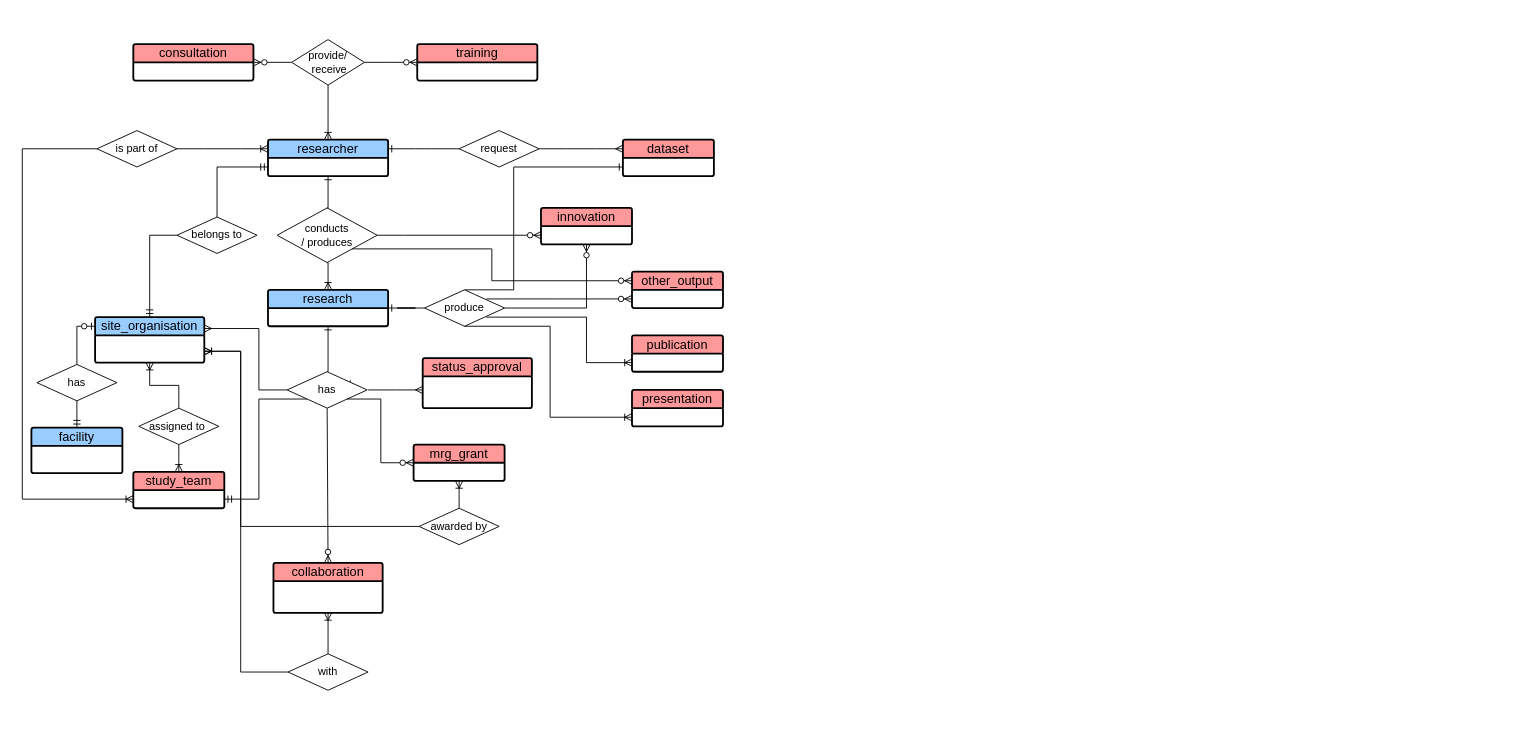
Before: prism_conceptual_diagram _details.drawio in rafsyahmi/prism_data_concepts, a draw.io diagram. Source tidied: cells renumbered, new cells numbered last; positions are measured from the earlier drawing's top-left corner, leaving out a move shared by most shapes. Both pictures are drawn from the tidied source at 91%, with x=0, y=0 at pixel (22, 39).
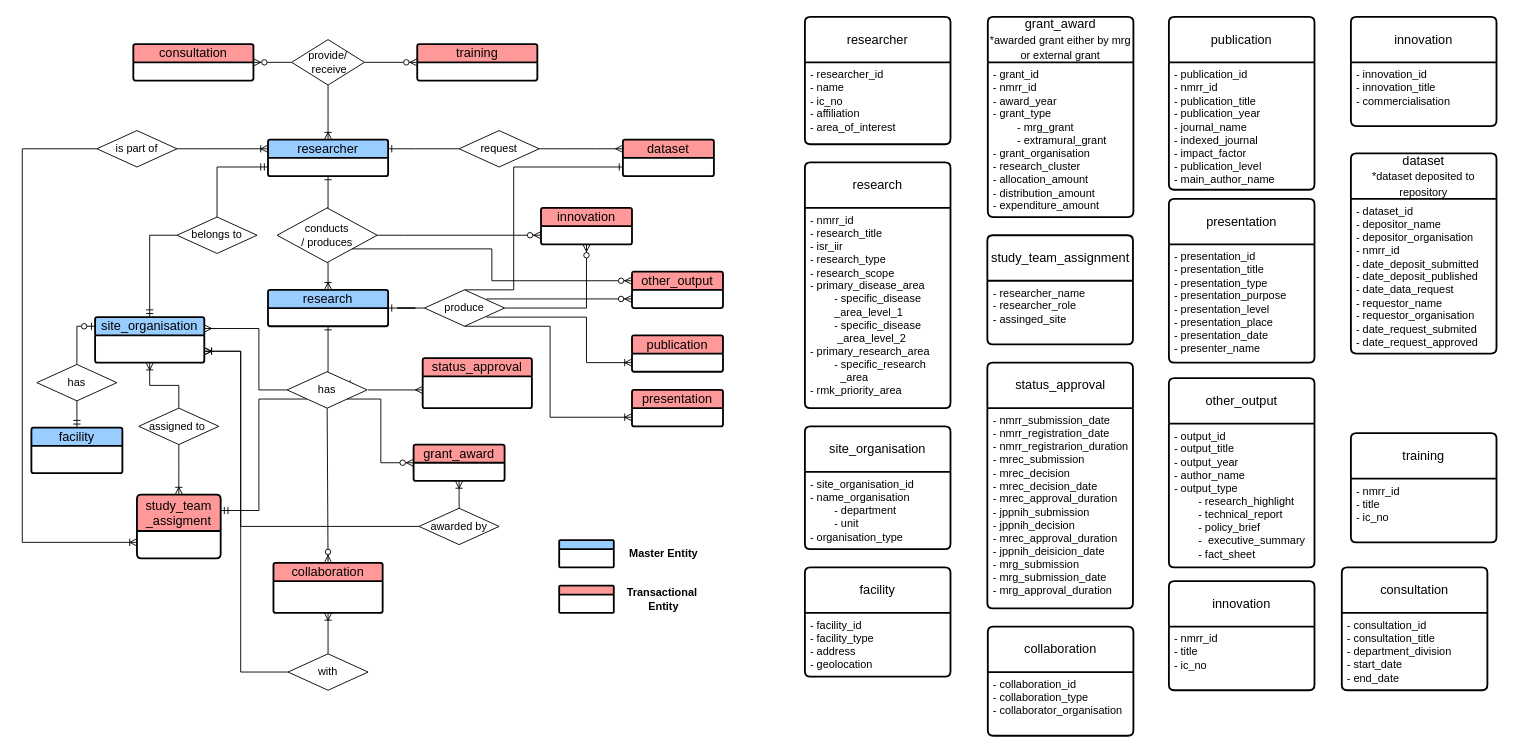
After the change.

Commit message (it also covers changes not shown here):
add_attribute_details

Unchanged cells that the change refers to:
```xml
<mxCell id="37" value="assigned to&amp;nbsp;" style="shape=rhombus;perimeter=rhombusPerimeter;whiteSpace=wrap;html=1;align=center;" parent="1" vertex="1">
  <mxGeometry x="128" y="405" width="88" height="40" as="geometry" />
</mxCell>
<mxCell id="51" value="has" style="shape=rhombus;perimeter=rhombusPerimeter;whiteSpace=wrap;html=1;align=center;" parent="1" vertex="1">
  <mxGeometry x="291" y="365" width="88" height="40" as="geometry" />
</mxCell>
```

The edit, as a diff of the source:
```diff
@@
-    <mxCell id="5" value="study_team" style="swimlane;horizontal=1;startSize=20;rounded=1;fontSize=14;fontStyle=0;strokeWidth=2;shadow=0;dashed=0;align=center;arcSize=4;whiteSpace=wrap;html=1;fillColor=#FF9999;" parent="1" vertex="1">
-      <mxGeometry x="122" y="475" width="100" height="40" as="geometry" />
+    <mxCell id="5" value="study_team&lt;div&gt;_assigment&lt;/div&gt;" style="swimlane;horizontal=1;startSize=40;rounded=1;fontSize=14;fontStyle=0;strokeWidth=2;shadow=0;dashed=0;align=center;arcSize=4;whiteSpace=wrap;html=1;fillColor=#FF9999;" parent="1" vertex="1">
+      <mxGeometry x="126" y="500" width="92" height="70" as="geometry" />
     </mxCell>
@@
-    <mxCell id="8" value="mrg_grant" style="swimlane;horizontal=1;startSize=20;rounded=1;fontSize=14;fontStyle=0;strokeWidth=2;shadow=0;dashed=0;align=center;arcSize=4;whiteSpace=wrap;html=1;fillColor=#FF9999;" parent="1" vertex="1">
+    <mxCell id="8" value="grant_award" style="swimlane;horizontal=1;startSize=20;rounded=1;fontSize=14;fontStyle=0;strokeWidth=2;shadow=0;dashed=0;align=center;arcSize=4;whiteSpace=wrap;html=1;fillColor=#FF9999;" parent="1" vertex="1">
       <mxGeometry x="430" y="445" width="100" height="40" as="geometry" />
     </mxCell>
@@
-    <mxCell id="38" style="edgeStyle=elbowEdgeStyle;fontSize=12;html=1;endArrow=ERoneToMany;rounded=0;exitX=0.5;exitY=1;exitDx=0;exitDy=0;entryX=0.5;entryY=0;entryDx=0;entryDy=0;" parent="1" edge="1" source="37" target="5">
-      <mxGeometry relative="1" as="geometry" />
-    </mxCell>
@@
-    <mxCell id="49" style="edgeStyle=elbowEdgeStyle;fontSize=12;html=1;endArrow=ERmandOne;rounded=0;entryX=1;entryY=0.25;entryDx=0;entryDy=0;exitX=0;exitY=1;exitDx=0;exitDy=0;" parent="1" edge="1" source="51">
+    <mxCell id="49" style="edgeStyle=elbowEdgeStyle;fontSize=12;html=1;endArrow=ERmandOne;rounded=0;exitX=0;exitY=1;exitDx=0;exitDy=0;entryX=1;entryY=0.25;entryDx=0;entryDy=0;" parent="1" edge="1" source="51" target="5">
       <mxGeometry relative="1" as="geometry">
-        <mxPoint x="222" y="505" as="targetPoint" />
         <Array as="points">
           <mxPoint x="260" y="445" />
         </Array>
       </mxGeometry>
     </mxCell>
@@
+    <mxCell id="38" style="edgeStyle=elbowEdgeStyle;fontSize=12;html=1;endArrow=ERoneToMany;rounded=0;exitX=0.5;exitY=1;exitDx=0;exitDy=0;entryX=0.5;entryY=0;entryDx=0;entryDy=0;" parent="1" edge="1" source="37" target="5">
+      <mxGeometry relative="1" as="geometry" />
+    </mxCell>
+    <mxCell id="62" style="swimlane;horizontal=1;startSize=10;rounded=1;fontSize=14;fontStyle=0;strokeWidth=2;shadow=0;dashed=0;align=center;arcSize=4;whiteSpace=wrap;html=1;fillColor=#99CCFF;" parent="1" vertex="1">
+      <mxGeometry x="590" y="550" width="60" height="30" as="geometry" />
+    </mxCell>
+    <mxCell id="63" style="swimlane;horizontal=1;startSize=10;rounded=1;fontSize=14;fontStyle=0;strokeWidth=2;shadow=0;dashed=0;align=center;arcSize=4;whiteSpace=wrap;html=1;fillColor=#FF9999;" parent="1" vertex="1">
+      <mxGeometry x="590" y="600" width="60" height="30" as="geometry" />
+    </mxCell>
+    <mxCell id="64" value="&lt;b&gt;Master Entity&lt;/b&gt;" style="text;html=1;whiteSpace=wrap;strokeColor=none;fillColor=none;align=center;verticalAlign=middle;rounded=0;" parent="1" vertex="1">
+      <mxGeometry x="660" y="550" width="90" height="30" as="geometry" />
+    </mxCell>
+    <mxCell id="65" value="&lt;b&gt;Transactional&amp;nbsp;&lt;/b&gt;&lt;div&gt;&lt;b&gt;Entity&lt;/b&gt;&lt;/div&gt;" style="text;html=1;whiteSpace=wrap;strokeColor=none;fillColor=none;align=center;verticalAlign=middle;rounded=0;" parent="1" vertex="1">
+      <mxGeometry x="660" y="600" width="90" height="30" as="geometry" />
+    </mxCell>
+    <mxCell id="66" value="researcher" style="swimlane;horizontal=1;startSize=50;rounded=1;fontSize=14;fontStyle=0;strokeWidth=2;shadow=0;dashed=0;align=center;arcSize=4;whiteSpace=wrap;html=1;" parent="1" vertex="1">
+      <mxGeometry x="860" y="-25" width="160" height="140" as="geometry" />
+    </mxCell>
+    <mxCell id="67" value="- researcher_id&lt;div&gt;- name&lt;/div&gt;&lt;div&gt;- ic_no&lt;/div&gt;&lt;div&gt;- affiliation&lt;/div&gt;&lt;div&gt;- area_of_interest&lt;/div&gt;&lt;div&gt;&lt;br&gt;&lt;/div&gt;" style="align=left;strokeColor=none;fillColor=none;spacingLeft=4;spacingRight=4;fontSize=12;verticalAlign=top;html=1;whiteSpace=wrap;" parent="66" vertex="1">
+      <mxGeometry y="50" width="160" height="90" as="geometry" />
+    </mxCell>
+    <mxCell id="68" value="research" style="swimlane;horizontal=1;startSize=50;rounded=1;fontSize=14;fontStyle=0;strokeWidth=2;shadow=0;dashed=0;align=center;arcSize=4;whiteSpace=wrap;html=1;" parent="1" vertex="1">
+      <mxGeometry x="860" y="135" width="160" height="270" as="geometry" />
+    </mxCell>
+    <mxCell id="69" value="- nmrr_id&lt;div&gt;- research_title&lt;/div&gt;&lt;div&gt;- isr_iir&lt;/div&gt;&lt;div&gt;- research_type&lt;/div&gt;&lt;div&gt;-&amp;nbsp;research_scope&lt;/div&gt;&lt;div&gt;- primary_disease_area&lt;/div&gt;&lt;div&gt;&lt;span style=&quot;white-space: pre;&quot;&gt;&#9;&lt;/span&gt;- s&lt;span style=&quot;background-color: transparent; color: light-dark(rgb(0, 0, 0), rgb(255, 255, 255));&quot;&gt;pecific_disease&lt;/span&gt;&lt;/div&gt;&lt;div&gt;&lt;span style=&quot;background-color: transparent; color: light-dark(rgb(0, 0, 0), rgb(255, 255, 255));&quot;&gt;&amp;nbsp;&lt;/span&gt;&lt;span style=&quot;background-color: transparent; color: light-dark(rgb(0, 0, 0), rgb(255, 255, 255)); white-space: pre;&quot;&gt;&#9;&lt;/span&gt;_&lt;span style=&quot;background-color: transparent; color: light-dark(rgb(0, 0, 0), rgb(255, 255, 255));&quot;&gt;area_&lt;/span&gt;&lt;span style=&quot;background-color: transparent; color: light-dark(rgb(0, 0, 0), rgb(255, 255, 255));&quot;&gt;level_1&lt;/span&gt;&lt;br&gt;&lt;/div&gt;&lt;div&gt;&lt;span style=&quot;white-space: pre;&quot;&gt;&#9;&lt;/span&gt;- specific_disease &lt;span style=&quot;white-space: pre;&quot;&gt;&#9;&lt;/span&gt;&amp;nbsp;_area_&lt;span style=&quot;background-color: transparent; color: light-dark(rgb(0, 0, 0), rgb(255, 255, 255));&quot;&gt;level_2&lt;/span&gt;&lt;/div&gt;&lt;div&gt;- primary_research_area&lt;/div&gt;&lt;div&gt;&lt;span style=&quot;white-space: pre;&quot;&gt;&#9;&lt;/span&gt;- specific_research&lt;/div&gt;&lt;div&gt;&lt;span style=&quot;white-space: pre;&quot;&gt;&#9;&lt;/span&gt;&amp;nbsp; _area&lt;br&gt;&lt;/div&gt;&lt;div&gt;- rmk_priority_area&lt;/div&gt;" style="align=left;strokeColor=none;fillColor=none;spacingLeft=4;spacingRight=4;fontSize=12;verticalAlign=top;html=1;whiteSpace=wrap;" parent="68" vertex="1">
+      <mxGeometry y="50" width="160" height="220" as="geometry" />
+    </mxCell>
+    <mxCell id="70" value="site_organisation" style="swimlane;horizontal=1;startSize=50;rounded=1;fontSize=14;fontStyle=0;strokeWidth=2;shadow=0;dashed=0;align=center;arcSize=4;whiteSpace=wrap;html=1;" parent="1" vertex="1">
+      <mxGeometry x="860" y="425" width="160" height="135" as="geometry" />
+    </mxCell>
+    <mxCell id="71" value="- site_organisation_id&lt;div&gt;- name_organisation&lt;/div&gt;&lt;div&gt;&lt;span style=&quot;white-space: pre;&quot;&gt;&#9;&lt;/span&gt;- department&lt;br&gt;&lt;/div&gt;&lt;div&gt;&lt;span style=&quot;white-space: pre;&quot;&gt;&#9;&lt;/span&gt;- unit&lt;br&gt;&lt;/div&gt;&lt;div&gt;- organisation_type&lt;/div&gt;&lt;div&gt;&lt;br&gt;&lt;/div&gt;&lt;div&gt;&lt;br&gt;&lt;/div&gt;" style="align=left;strokeColor=none;fillColor=none;spacingLeft=4;spacingRight=4;fontSize=12;verticalAlign=top;html=1;whiteSpace=wrap;" parent="70" vertex="1">
+      <mxGeometry y="50" width="160" height="85" as="geometry" />
+    </mxCell>
+    <mxCell id="72" value="facility" style="swimlane;horizontal=1;startSize=50;rounded=1;fontSize=14;fontStyle=0;strokeWidth=2;shadow=0;dashed=0;align=center;arcSize=4;whiteSpace=wrap;html=1;" parent="1" vertex="1">
+      <mxGeometry x="860" y="580" width="160" height="120" as="geometry" />
+    </mxCell>
+    <mxCell id="73" value="- facility_id&lt;div&gt;- facility_type&lt;/div&gt;&lt;div&gt;- address&lt;/div&gt;&lt;div&gt;- geolocation&lt;/div&gt;&lt;div&gt;&lt;br&gt;&lt;/div&gt;" style="align=left;strokeColor=none;fillColor=none;spacingLeft=4;spacingRight=4;fontSize=12;verticalAlign=top;html=1;whiteSpace=wrap;" parent="72" vertex="1">
+      <mxGeometry y="50" width="160" height="70" as="geometry" />
+    </mxCell>
+    <mxCell id="74" value="grant_award&lt;div&gt;&lt;font style=&quot;font-size: 12px;&quot;&gt;*awarded grant either by mrg or external grant&lt;/font&gt;&lt;/div&gt;" style="swimlane;horizontal=1;startSize=50;rounded=1;fontSize=14;fontStyle=0;strokeWidth=2;shadow=0;dashed=0;align=center;arcSize=4;whiteSpace=wrap;html=1;" parent="1" vertex="1">
+      <mxGeometry x="1061" y="-25" width="160" height="220" as="geometry" />
+    </mxCell>
+    <mxCell id="75" value="- grant_id&lt;div&gt;- nmrr_id&lt;/div&gt;&lt;div&gt;- award_year&lt;/div&gt;&lt;div&gt;- grant_type&lt;/div&gt;&lt;div&gt;&lt;span style=&quot;white-space: pre;&quot;&gt;&#9;&lt;/span&gt;- mrg_grant&lt;/div&gt;&lt;div&gt;&lt;span style=&quot;white-space: pre;&quot;&gt;&#9;&lt;/span&gt;- extramural_grant&lt;br&gt;&lt;div&gt;- grant_organisation&lt;/div&gt;&lt;div&gt;- research_cluster&lt;/div&gt;&lt;div&gt;- allocation_amount&lt;/div&gt;&lt;div&gt;- distribution_amount&lt;/div&gt;&lt;div&gt;- expenditure_amount&lt;/div&gt;&lt;div&gt;&lt;br&gt;&lt;/div&gt;&lt;div&gt;&lt;br&gt;&lt;/div&gt;&lt;/div&gt;" style="align=left;strokeColor=none;fillColor=none;spacingLeft=4;spacingRight=4;fontSize=12;verticalAlign=top;html=1;whiteSpace=wrap;" parent="74" vertex="1">
+      <mxGeometry y="50" width="160" height="170" as="geometry" />
+    </mxCell>
+    <mxCell id="76" value="study_team_assignment" style="swimlane;horizontal=1;startSize=50;rounded=1;fontSize=14;fontStyle=0;strokeWidth=2;shadow=0;dashed=0;align=center;arcSize=4;whiteSpace=wrap;html=1;" parent="1" vertex="1">
+      <mxGeometry x="1060.5" y="215" width="160" height="120" as="geometry" />
+    </mxCell>
+    <mxCell id="77" value="- researcher_name&lt;div&gt;- researcher_role&lt;/div&gt;&lt;div&gt;- assinged_site&lt;/div&gt;&lt;div&gt;&lt;br&gt;&lt;/div&gt;" style="align=left;strokeColor=none;fillColor=none;spacingLeft=4;spacingRight=4;fontSize=12;verticalAlign=top;html=1;whiteSpace=wrap;" parent="76" vertex="1">
+      <mxGeometry y="50" width="160" height="70" as="geometry" />
+    </mxCell>
+    <mxCell id="78" value="status_approval" style="swimlane;horizontal=1;startSize=50;rounded=1;fontSize=14;fontStyle=0;strokeWidth=2;shadow=0;dashed=0;align=center;arcSize=4;whiteSpace=wrap;html=1;" parent="1" vertex="1">
+      <mxGeometry x="1060.5" y="355" width="160" height="270" as="geometry" />
+    </mxCell>
+    <mxCell id="79" value="- nmrr_submission_date&lt;div&gt;- nmrr_registration_date&lt;/div&gt;&lt;div&gt;- nmrr_registrarion_duration&lt;/div&gt;&lt;div&gt;- mrec_submission&lt;/div&gt;&lt;div&gt;- mrec_decision&lt;/div&gt;&lt;div&gt;- mrec_decision_date&lt;/div&gt;&lt;div&gt;- mrec_approval_duration&lt;/div&gt;&lt;div&gt;- jppnih_submission&lt;/div&gt;&lt;div&gt;- jppnih_decision&lt;/div&gt;&lt;div&gt;-&amp;nbsp;&lt;span style=&quot;background-color: transparent; color: light-dark(rgb(0, 0, 0), rgb(255, 255, 255));&quot;&gt;mrec_approval_duration&lt;/span&gt;&lt;/div&gt;&lt;div&gt;- jppnih_deisicion_date&lt;/div&gt;&lt;div&gt;- mrg_submission&lt;/div&gt;&lt;div&gt;- mrg_submission_date&lt;/div&gt;&lt;div&gt;-&amp;nbsp;&lt;span style=&quot;background-color: transparent; color: light-dark(rgb(0, 0, 0), rgb(255, 255, 255));&quot;&gt;mrg_approval_duration&lt;/span&gt;&lt;/div&gt;&lt;div&gt;&lt;br&gt;&lt;/div&gt;&lt;div&gt;&lt;br&gt;&lt;/div&gt;" style="align=left;strokeColor=none;fillColor=none;spacingLeft=4;spacingRight=4;fontSize=12;verticalAlign=top;html=1;whiteSpace=wrap;" parent="78" vertex="1">
+      <mxGeometry y="50" width="160" height="220" as="geometry" />
+    </mxCell>
+    <mxCell id="80" value="collaboration" style="swimlane;horizontal=1;startSize=50;rounded=1;fontSize=14;fontStyle=0;strokeWidth=2;shadow=0;dashed=0;align=center;arcSize=4;whiteSpace=wrap;html=1;" parent="1" vertex="1">
+      <mxGeometry x="1061" y="645" width="160" height="120" as="geometry" />
+    </mxCell>
+    <mxCell id="81" value="- collaboration_id&lt;div&gt;- collaboration_type&lt;/div&gt;&lt;div&gt;&lt;span style=&quot;background-color: transparent; color: light-dark(rgb(0, 0, 0), rgb(255, 255, 255));&quot;&gt;- collaborator_organisation&lt;/span&gt;&lt;/div&gt;&lt;div&gt;&lt;br&gt;&lt;/div&gt;" style="align=left;strokeColor=none;fillColor=none;spacingLeft=4;spacingRight=4;fontSize=12;verticalAlign=top;html=1;whiteSpace=wrap;" parent="80" vertex="1">
+      <mxGeometry y="50" width="160" height="70" as="geometry" />
+    </mxCell>
+    <mxCell id="82" value="publication" style="swimlane;horizontal=1;startSize=50;rounded=1;fontSize=14;fontStyle=0;strokeWidth=2;shadow=0;dashed=0;align=center;arcSize=4;whiteSpace=wrap;html=1;" parent="1" vertex="1">
+      <mxGeometry x="1260" y="-25" width="160" height="190" as="geometry" />
+    </mxCell>
+    <mxCell id="83" value="&lt;div&gt;- publication_id&lt;/div&gt;&lt;div&gt;- nmrr_id&lt;/div&gt;&lt;div&gt;-&amp;nbsp;&lt;span style=&quot;background-color: transparent; color: light-dark(rgb(0, 0, 0), rgb(255, 255, 255));&quot;&gt;publication_title&lt;/span&gt;&lt;/div&gt;&lt;div&gt;&lt;span style=&quot;background-color: transparent; color: light-dark(rgb(0, 0, 0), rgb(255, 255, 255));&quot;&gt;- p&lt;/span&gt;&lt;span style=&quot;background-color: transparent; color: light-dark(rgb(0, 0, 0), rgb(255, 255, 255));&quot;&gt;ublication_year&lt;/span&gt;&lt;/div&gt;&lt;div&gt;&lt;span style=&quot;background-color: transparent; color: light-dark(rgb(0, 0, 0), rgb(255, 255, 255));&quot;&gt;-&amp;nbsp;&lt;/span&gt;&lt;span style=&quot;background-color: transparent; color: light-dark(rgb(0, 0, 0), rgb(255, 255, 255));&quot;&gt;journal_name&lt;/span&gt;&lt;/div&gt;&lt;div&gt;-&amp;nbsp;indexed_journal&lt;/div&gt;&lt;div&gt;-&amp;nbsp;impact_factor&lt;/div&gt;&lt;div&gt;-&amp;nbsp;publication_level&lt;/div&gt;&lt;div&gt;- main_author_name&lt;/div&gt;" style="align=left;strokeColor=none;fillColor=none;spacingLeft=4;spacingRight=4;fontSize=12;verticalAlign=top;html=1;whiteSpace=wrap;" parent="82" vertex="1">
+      <mxGeometry y="50" width="160" height="140" as="geometry" />
+    </mxCell>
+    <mxCell id="84" value="presentation" style="swimlane;horizontal=1;startSize=50;rounded=1;fontSize=14;fontStyle=0;strokeWidth=2;shadow=0;dashed=0;align=center;arcSize=4;whiteSpace=wrap;html=1;" parent="1" vertex="1">
+      <mxGeometry x="1260" y="175" width="160" height="180" as="geometry" />
+    </mxCell>
+    <mxCell id="85" value="- presentation_id&lt;div&gt;- presentation_title&lt;/div&gt;&lt;div&gt;- presentation_type&lt;/div&gt;&lt;div&gt;- presentation_purpose&lt;/div&gt;&lt;div&gt;- presentation_level&lt;/div&gt;&lt;div&gt;- presentation_place&lt;/div&gt;&lt;div&gt;- presentation_date&lt;/div&gt;&lt;div&gt;- presenter_name&lt;/div&gt;&lt;div&gt;&lt;br&gt;&lt;/div&gt;" style="align=left;strokeColor=none;fillColor=none;spacingLeft=4;spacingRight=4;fontSize=12;verticalAlign=top;html=1;whiteSpace=wrap;" parent="84" vertex="1">
+      <mxGeometry y="50" width="160" height="130" as="geometry" />
+    </mxCell>
+    <mxCell id="86" value="other_output" style="swimlane;horizontal=1;startSize=50;rounded=1;fontSize=14;fontStyle=0;strokeWidth=2;shadow=0;dashed=0;align=center;arcSize=4;whiteSpace=wrap;html=1;" parent="1" vertex="1">
+      <mxGeometry x="1260" y="372" width="160" height="208" as="geometry" />
+    </mxCell>
+    <mxCell id="87" value="- output_id&lt;div&gt;- output_title&lt;/div&gt;&lt;div&gt;- output_year&lt;/div&gt;&lt;div&gt;- author_name&lt;/div&gt;&lt;div&gt;- output_type&lt;/div&gt;&lt;div&gt;&lt;span style=&quot;white-space: pre;&quot;&gt;&#9;&lt;/span&gt;-&amp;nbsp;research_highlight&lt;br&gt;&lt;/div&gt;&lt;div&gt;&lt;span style=&quot;white-space: pre;&quot;&gt;&#9;&lt;/span&gt;-&amp;nbsp;technical_report&lt;br&gt;&lt;/div&gt;&lt;div&gt;&lt;span style=&quot;white-space: pre;&quot;&gt;&#9;&lt;/span&gt;-&amp;nbsp;policy_brief&lt;br&gt;&lt;/div&gt;&lt;div&gt;&lt;span style=&quot;white-space: pre;&quot;&gt;&#9;&lt;/span&gt;-&amp;nbsp;&amp;nbsp;executive_summary&lt;br&gt;&lt;/div&gt;&lt;div&gt;&lt;span style=&quot;white-space: pre;&quot;&gt;&#9;&lt;/span&gt;-&amp;nbsp;fact_sheet&lt;br&gt;&lt;/div&gt;&lt;div&gt;&lt;span style=&quot;white-space: pre;&quot;&gt;&#9;&lt;/span&gt;&lt;br&gt;&lt;/div&gt;&lt;div&gt;&lt;br&gt;&lt;/div&gt;&lt;div&gt;&lt;br&gt;&lt;/div&gt;" style="align=left;strokeColor=none;fillColor=none;spacingLeft=4;spacingRight=4;fontSize=12;verticalAlign=top;html=1;whiteSpace=wrap;" parent="86" vertex="1">
+      <mxGeometry y="50" width="160" height="158" as="geometry" />
+    </mxCell>
+    <mxCell id="88" value="innovation" style="swimlane;horizontal=1;startSize=50;rounded=1;fontSize=14;fontStyle=0;strokeWidth=2;shadow=0;dashed=0;align=center;arcSize=4;whiteSpace=wrap;html=1;" parent="1" vertex="1">
+      <mxGeometry x="1260" y="595" width="160" height="120" as="geometry" />
+    </mxCell>
+    <mxCell id="89" value="- nmrr_id&lt;div&gt;- title&lt;/div&gt;&lt;div&gt;- ic_no&lt;/div&gt;&lt;div&gt;&lt;br&gt;&lt;/div&gt;" style="align=left;strokeColor=none;fillColor=none;spacingLeft=4;spacingRight=4;fontSize=12;verticalAlign=top;html=1;whiteSpace=wrap;" parent="88" vertex="1">
+      <mxGeometry y="50" width="160" height="70" as="geometry" />
+    </mxCell>
+    <mxCell id="90" value="innovation" style="swimlane;horizontal=1;startSize=50;rounded=1;fontSize=14;fontStyle=0;strokeWidth=2;shadow=0;dashed=0;align=center;arcSize=4;whiteSpace=wrap;html=1;" parent="1" vertex="1">
+      <mxGeometry x="1460" y="-25" width="160" height="120" as="geometry" />
+    </mxCell>
+    <mxCell id="91" value="- innovation_id&lt;div&gt;- innovation_title&lt;/div&gt;&lt;div&gt;- commercialisation&lt;/div&gt;&lt;div&gt;&lt;br&gt;&lt;/div&gt;" style="align=left;strokeColor=none;fillColor=none;spacingLeft=4;spacingRight=4;fontSize=12;verticalAlign=top;html=1;whiteSpace=wrap;" parent="90" vertex="1">
+      <mxGeometry y="50" width="160" height="70" as="geometry" />
+    </mxCell>
+    <mxCell id="92" value="dataset&lt;div&gt;&lt;font style=&quot;font-size: 12px;&quot;&gt;*dataset deposited to repository&lt;/font&gt;&lt;/div&gt;" style="swimlane;horizontal=1;startSize=50;rounded=1;fontSize=14;fontStyle=0;strokeWidth=2;shadow=0;dashed=0;align=center;arcSize=4;whiteSpace=wrap;html=1;" parent="1" vertex="1">
+      <mxGeometry x="1460" y="125" width="160" height="220" as="geometry" />
+    </mxCell>
+    <mxCell id="93" value="- dataset_id&lt;div&gt;- depositor_name&lt;/div&gt;&lt;div&gt;- depositor_organisation&lt;/div&gt;&lt;div&gt;- nmrr_id&lt;/div&gt;&lt;div&gt;- date_deposit_submitted&lt;/div&gt;&lt;div&gt;- date_deposit_published&lt;/div&gt;&lt;div&gt;- date_data_request&lt;/div&gt;&lt;div&gt;- requestor_name&lt;/div&gt;&lt;div&gt;- requestor_organisation&lt;/div&gt;&lt;div&gt;- date_request_submited&lt;/div&gt;&lt;div&gt;- date_request_approved&lt;/div&gt;&lt;div&gt;&lt;br&gt;&lt;/div&gt;" style="align=left;strokeColor=none;fillColor=none;spacingLeft=4;spacingRight=4;fontSize=12;verticalAlign=top;html=1;whiteSpace=wrap;" parent="92" vertex="1">
+      <mxGeometry y="50" width="160" height="170" as="geometry" />
+    </mxCell>
+    <mxCell id="94" value="training" style="swimlane;horizontal=1;startSize=50;rounded=1;fontSize=14;fontStyle=0;strokeWidth=2;shadow=0;dashed=0;align=center;arcSize=4;whiteSpace=wrap;html=1;" parent="1" vertex="1">
+      <mxGeometry x="1460" y="432.5" width="160" height="120" as="geometry" />
+    </mxCell>
+    <mxCell id="95" value="- nmrr_id&lt;div&gt;- title&lt;/div&gt;&lt;div&gt;- ic_no&lt;/div&gt;&lt;div&gt;&lt;br&gt;&lt;/div&gt;" style="align=left;strokeColor=none;fillColor=none;spacingLeft=4;spacingRight=4;fontSize=12;verticalAlign=top;html=1;whiteSpace=wrap;" parent="94" vertex="1">
+      <mxGeometry y="50" width="160" height="70" as="geometry" />
+    </mxCell>
+    <mxCell id="96" value="consultation" style="swimlane;horizontal=1;startSize=50;rounded=1;fontSize=14;fontStyle=0;strokeWidth=2;shadow=0;dashed=0;align=center;arcSize=4;whiteSpace=wrap;html=1;" parent="1" vertex="1">
+      <mxGeometry x="1450" y="580" width="160" height="135" as="geometry" />
+    </mxCell>
+    <mxCell id="97" value="- consultation_id&lt;div&gt;- consultation_title&lt;/div&gt;&lt;div&gt;- department_division&lt;/div&gt;&lt;div&gt;-&amp;nbsp;start_date&lt;/div&gt;&lt;div&gt;- end_date&lt;/div&gt;&lt;div&gt;&lt;br&gt;&lt;/div&gt;" style="align=left;strokeColor=none;fillColor=none;spacingLeft=4;spacingRight=4;fontSize=12;verticalAlign=top;html=1;whiteSpace=wrap;" parent="96" vertex="1">
+      <mxGeometry y="50" width="160" height="85" as="geometry" />
+    </mxCell>
```
